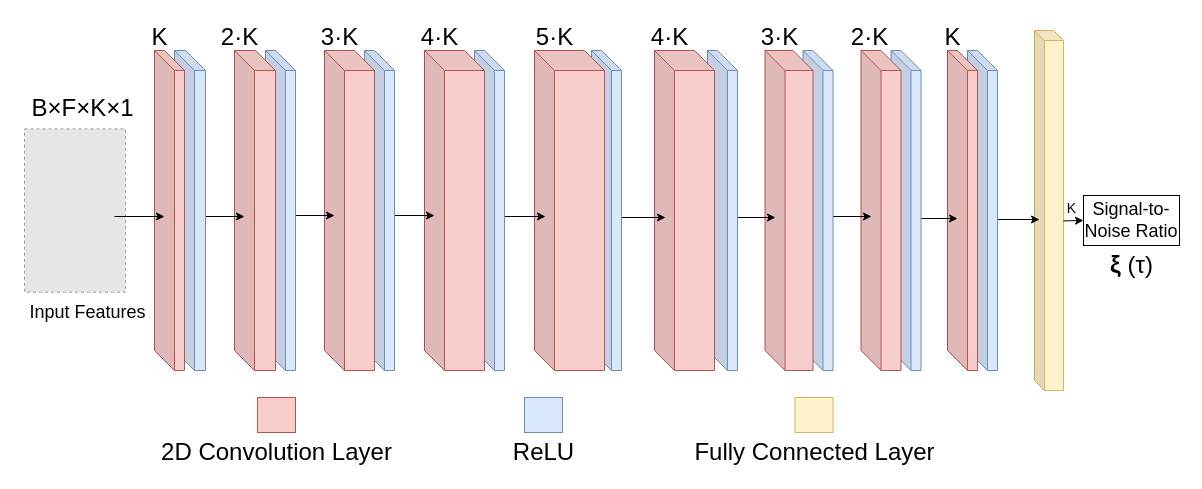
Before: page "第 1 页" (1 of 2) of model/未命名绘图.drawio in linan2/A-Convolutional-Recurrent-Neural-Network-for-Real-Time-Speech-Enhancement, a draw.io diagram. Source tidied: cells renumbered, new cells numbered last; positions are measured from the earlier drawing's top-left corner, leaving out a move shared by most shapes. Both pictures are drawn from the tidied source at 100%, with x=0, y=0 at pixel (17, 17). Pictures stored in the file or linked from it are replaced by grey dashed boxes.
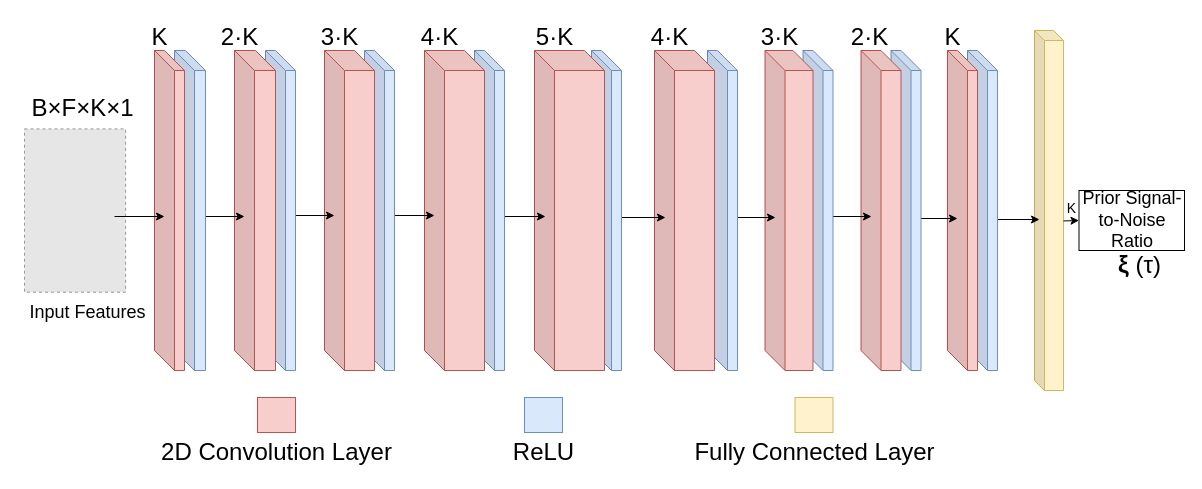
The same diagram, later.

Commit message:
更新未命名绘图.drawio

The edit, as a diff of the source:
```diff
@@
-    <mxCell id="32" value="&lt;font style=&quot;font-size: 18px;&quot;&gt;Signal-to-Noise Ratio&lt;/font&gt;" style="whiteSpace=wrap;html=1;" parent="1" vertex="1">
-      <mxGeometry x="1066" y="178" width="96" height="50" as="geometry" />
+    <mxCell id="32" value="&lt;font style=&quot;font-size: 18px;&quot;&gt;Prior Signal-to-Noise Ratio&lt;/font&gt;" style="whiteSpace=wrap;html=1;" parent="1" vertex="1">
+      <mxGeometry x="1061.5" y="173" width="105.5" height="60" as="geometry" />
     </mxCell>
@@
     <mxCell id="34" value="&lt;font style=&quot;font-size: 24px;&quot;&gt;&lt;b style=&quot;&quot;&gt;ξ&amp;nbsp;&lt;/b&gt;(τ)&lt;/font&gt;" style="text;html=1;align=center;verticalAlign=middle;strokeColor=none;fillColor=none;fontSize=14;" parent="1" vertex="1">
-      <mxGeometry x="1079" y="228" width="70" height="40" as="geometry" />
+      <mxGeometry x="1087" y="228" width="70" height="40" as="geometry" />
     </mxCell>
```
